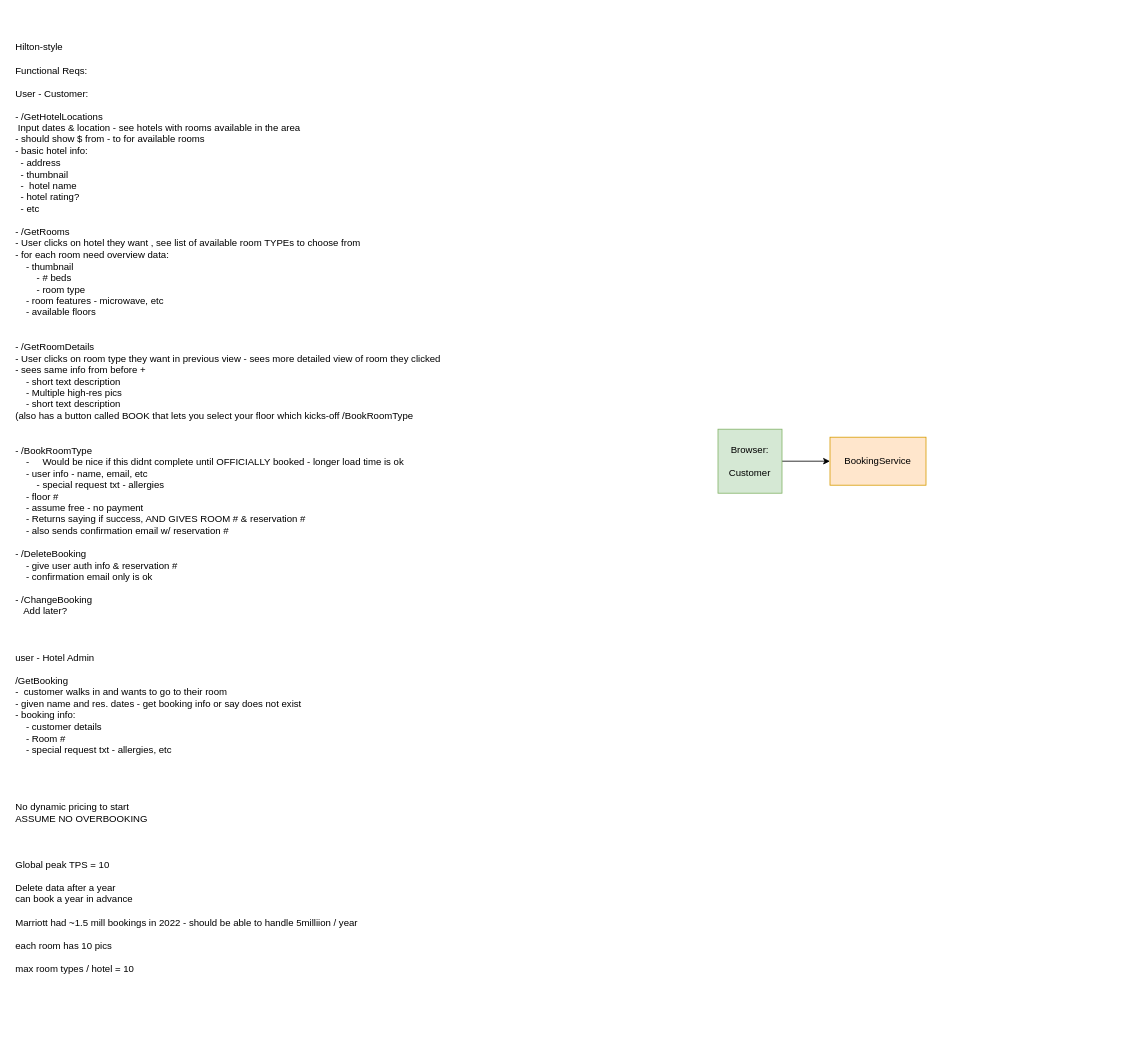
Earlier version of the draw.io diagram hotel_booking.drawio (Brandon-Valley/draw_io_diagrams). Source tidied: cells renumbered, new cells numbered last; positions are measured from the earlier drawing's top-left corner, leaving out a move shared by most shapes. Both pictures are drawn from the tidied source at 80%, with x=0, y=0 at pixel (14, 35).
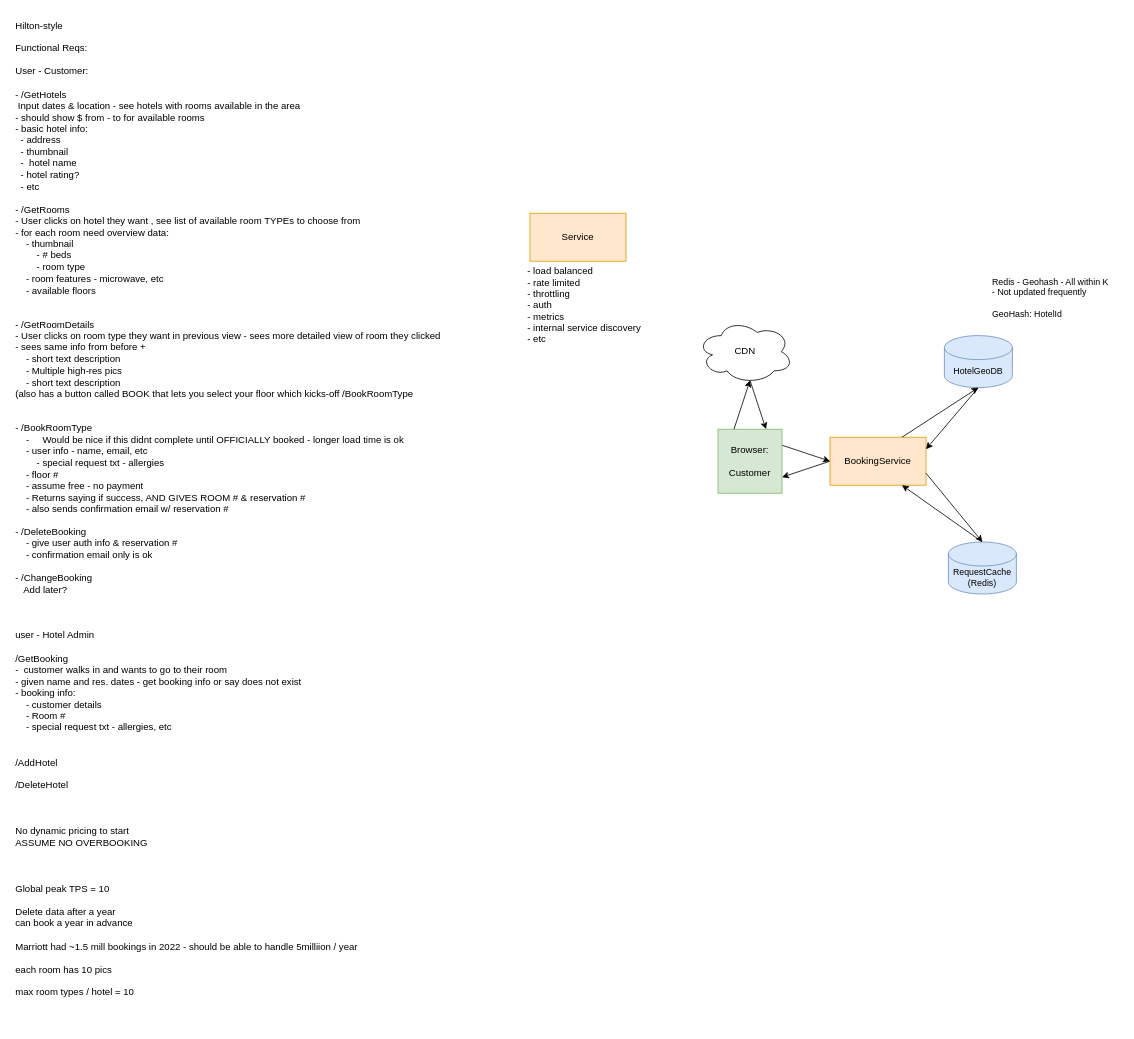
The same diagram, later.

The edit, as a diff of the source:
```diff
@@
 <mxGraphModel>
   <root>
     <mxCell id="0" />
     <mxCell id="1" parent="0" />
-    <mxCell id="2" value="&lt;div align=&quot;left&quot;&gt;Hilton-style&lt;br&gt;&lt;br&gt;Functional Reqs:&lt;/div&gt;&lt;div align=&quot;left&quot;&gt;&lt;br&gt;&lt;/div&gt;&lt;div align=&quot;left&quot;&gt;User - Customer:&lt;/div&gt;&lt;div align=&quot;left&quot;&gt;&lt;br&gt;&lt;/div&gt;&lt;div align=&quot;left&quot;&gt;- /GetHotelLocations&lt;br&gt;&lt;/div&gt;&lt;div align=&quot;left&quot;&gt;&amp;nbsp;Input dates &amp;amp; location - see hotels with rooms available in the area&lt;/div&gt;&lt;div align=&quot;left&quot;&gt;- should show $ from - to for available rooms&lt;/div&gt;&lt;div align=&quot;left&quot;&gt;- basic hotel info:&lt;/div&gt;&lt;div align=&quot;left&quot;&gt;&amp;nbsp; - address&lt;/div&gt;&lt;div align=&quot;left&quot;&gt;&amp;nbsp; - thumbnail&lt;/div&gt;&lt;div align=&quot;left&quot;&gt;&amp;nbsp; -&amp;nbsp; hotel name&lt;/div&gt;&lt;div align=&quot;left&quot;&gt;&amp;nbsp; - hotel rating?&lt;/div&gt;&lt;div align=&quot;left&quot;&gt;&amp;nbsp; - etc&lt;/div&gt;&lt;div align=&quot;left&quot;&gt;&lt;br&gt;&lt;/div&gt;&lt;div align=&quot;left&quot;&gt;- /GetRooms&lt;/div&gt;&lt;div align=&quot;left&quot;&gt;- User clicks on hotel they want , see list of available room TYPEs to choose from&lt;/div&gt;&lt;div align=&quot;left&quot;&gt;- for each room need overview data:&lt;/div&gt;&lt;div align=&quot;left&quot;&gt;&lt;span style=&quot;&quot;&gt;&lt;span style=&quot;&quot;&gt;&amp;nbsp;&amp;nbsp;&amp;nbsp;&amp;nbsp;&lt;/span&gt;&lt;/span&gt;- thumbnail&lt;/div&gt;&lt;div align=&quot;left&quot;&gt;&amp;nbsp;&amp;nbsp;&amp;nbsp;&amp;nbsp;&amp;nbsp;&amp;nbsp;&amp;nbsp; - # beds&lt;/div&gt;&lt;div align=&quot;left&quot;&gt;&amp;nbsp;&amp;nbsp;&amp;nbsp;&amp;nbsp;&amp;nbsp;&amp;nbsp;&amp;nbsp; - room type&lt;/div&gt;&lt;div align=&quot;left&quot;&gt;&lt;span style=&quot;&quot;&gt;&lt;span style=&quot;&quot;&gt;&amp;nbsp;&amp;nbsp;&amp;nbsp;&amp;nbsp;&lt;/span&gt;&lt;/span&gt;- room features - microwave, etc&lt;/div&gt;&lt;div align=&quot;left&quot;&gt;&lt;span style=&quot;&quot;&gt;&lt;span style=&quot;&quot;&gt;&amp;nbsp;&amp;nbsp;&amp;nbsp;&amp;nbsp;&lt;/span&gt;&lt;/span&gt;- available floors&lt;/div&gt;&lt;div align=&quot;left&quot;&gt;&lt;br&gt;&lt;/div&gt;&lt;div align=&quot;left&quot;&gt;&lt;br&gt;&lt;/div&gt;&lt;div align=&quot;left&quot;&gt;- /GetRoomDetails&lt;/div&gt;&lt;div align=&quot;left&quot;&gt;- User clicks on room type they want in previous view - sees more detailed view of room they clicked&lt;/div&gt;&lt;div align=&quot;left&quot;&gt;- sees same info from before + &lt;br&gt;&lt;div align=&quot;left&quot;&gt;&lt;span style=&quot;&quot;&gt;&amp;nbsp;&amp;nbsp;&amp;nbsp;&amp;nbsp;&lt;/span&gt;- short text description&lt;/div&gt;&lt;div align=&quot;left&quot;&gt;&lt;span style=&quot;&quot;&gt;&lt;span style=&quot;&quot;&gt;&amp;nbsp;&amp;nbsp;&amp;nbsp;&amp;nbsp;&lt;/span&gt;&lt;/span&gt;- Multiple high-res pics&lt;/div&gt;&lt;div align=&quot;left&quot;&gt;&lt;span style=&quot;&quot;&gt;&lt;span style=&quot;&quot;&gt;&amp;nbsp;&amp;nbsp;&amp;nbsp;&amp;nbsp;&lt;/span&gt;&lt;/span&gt;- short text description&lt;/div&gt;&lt;div align=&quot;left&quot;&gt;(also has a button called BOOK that lets you select your floor which kicks-off /BookRoomType&lt;/div&gt;&lt;div align=&quot;left&quot;&gt;&lt;br&gt;&lt;/div&gt;&lt;div align=&quot;left&quot;&gt;&lt;br&gt;&lt;/div&gt;&lt;div align=&quot;left&quot;&gt;- /BookRoomType&lt;/div&gt;&lt;div align=&quot;left&quot;&gt;&lt;span style=&quot;&quot;&gt;&lt;span style=&quot;&quot;&gt;&amp;nbsp;&amp;nbsp;&amp;nbsp;&amp;nbsp;&lt;/span&gt;&lt;/span&gt;- &lt;span style=&quot;&quot;&gt;&amp;nbsp;&amp;nbsp;&amp;nbsp;&lt;/span&gt; Would be nice if this didnt complete until OFFICIALLY booked - longer load time is ok&lt;/div&gt;&lt;div align=&quot;left&quot;&gt;&lt;span style=&quot;&quot;&gt;&lt;span style=&quot;&quot;&gt;&amp;nbsp;&amp;nbsp;&amp;nbsp;&amp;nbsp;&lt;/span&gt;&lt;/span&gt;- user info - name, email, etc&lt;/div&gt;&lt;div align=&quot;left&quot;&gt;&amp;nbsp;&amp;nbsp;&amp;nbsp;&amp;nbsp;&amp;nbsp;&amp;nbsp;&amp;nbsp; - special request txt - allergies&lt;/div&gt;&lt;div align=&quot;left&quot;&gt;&lt;span style=&quot;&quot;&gt;&lt;span style=&quot;&quot;&gt;&amp;nbsp;&amp;nbsp;&amp;nbsp;&amp;nbsp;&lt;/span&gt;&lt;/span&gt;- floor #&lt;/div&gt;&lt;div align=&quot;left&quot;&gt;&lt;span style=&quot;&quot;&gt;&lt;span style=&quot;&quot;&gt;&amp;nbsp;&amp;nbsp;&amp;nbsp;&amp;nbsp;&lt;/span&gt;&lt;/span&gt;- assume free - no payment&lt;/div&gt;&lt;div align=&quot;left&quot;&gt;&lt;span style=&quot;&quot;&gt;&lt;span style=&quot;&quot;&gt;&amp;nbsp;&amp;nbsp;&amp;nbsp;&amp;nbsp;&lt;/span&gt;&lt;/span&gt;- Returns saying if success, AND GIVES ROOM # &amp;amp; reservation #&lt;/div&gt;&lt;div align=&quot;left&quot;&gt;&lt;span style=&quot;&quot;&gt;&lt;span style=&quot;&quot;&gt;&amp;nbsp;&amp;nbsp;&amp;nbsp;&amp;nbsp;&lt;/span&gt;&lt;/span&gt;- also sends confirmation email w/ reservation #&lt;br&gt;&lt;/div&gt;&lt;div align=&quot;left&quot;&gt;&lt;br&gt;&lt;/div&gt;&lt;div align=&quot;left&quot;&gt;- /DeleteBooking&lt;/div&gt;&lt;div align=&quot;left&quot;&gt;&lt;span style=&quot;&quot;&gt;&lt;span style=&quot;&quot;&gt;&amp;nbsp;&amp;nbsp;&amp;nbsp;&amp;nbsp;&lt;/span&gt;&lt;/span&gt;- give user auth info &amp;amp; reservation #&lt;/div&gt;&lt;div align=&quot;left&quot;&gt;&lt;span style=&quot;&quot;&gt;&lt;span style=&quot;white-space: pre;&quot;&gt;&amp;nbsp;&amp;nbsp;&amp;nbsp;&amp;nbsp;&lt;/span&gt;&lt;/span&gt;- confirmation email only is ok&lt;/div&gt;&lt;div align=&quot;left&quot;&gt;&lt;br&gt;&lt;/div&gt;&lt;div align=&quot;left&quot;&gt;- /ChangeBooking&lt;/div&gt;&lt;div align=&quot;left&quot;&gt;&lt;span style=&quot;&quot;&gt;&lt;span style=&quot;white-space: pre;&quot;&gt;&amp;nbsp;&amp;nbsp;&amp;nbsp;Add later?&lt;/span&gt;&lt;/span&gt;&lt;div align=&quot;left&quot;&gt;&lt;br&gt;&lt;/div&gt;&lt;/div&gt;&lt;div align=&quot;left&quot;&gt;&lt;br&gt;&lt;/div&gt;&lt;div align=&quot;left&quot;&gt;&lt;br&gt;&lt;/div&gt;&lt;div align=&quot;left&quot;&gt;user - Hotel Admin&lt;br&gt;&lt;br&gt;/GetBooking&lt;/div&gt;&lt;div align=&quot;left&quot;&gt;-&amp;nbsp; customer walks in and wants to go to their room&lt;br&gt;&lt;/div&gt;&lt;div align=&quot;left&quot;&gt;- given name and res. dates - get booking info or say does not exist&lt;/div&gt;&lt;div align=&quot;left&quot;&gt;- booking info:&lt;/div&gt;&lt;div align=&quot;left&quot;&gt;&lt;span style=&quot;&quot;&gt;&lt;span style=&quot;&quot;&gt;&amp;nbsp;&amp;nbsp;&amp;nbsp;&amp;nbsp;&lt;/span&gt;&lt;/span&gt;- customer details&lt;/div&gt;&lt;div align=&quot;left&quot;&gt;&lt;span style=&quot;&quot;&gt;&lt;span style=&quot;&quot;&gt;&amp;nbsp;&amp;nbsp;&amp;nbsp;&amp;nbsp;&lt;/span&gt;&lt;/span&gt;- Room #&lt;/div&gt;&lt;div align=&quot;left&quot;&gt;&lt;span style=&quot;&quot;&gt;&lt;span style=&quot;&quot;&gt;&amp;nbsp;&amp;nbsp;&amp;nbsp;&amp;nbsp;&lt;/span&gt;&lt;/span&gt;- special request txt - allergies, etc&lt;br&gt;&lt;br&gt;&lt;/div&gt;&lt;div align=&quot;left&quot;&gt;&lt;br&gt;&lt;/div&gt;&lt;div align=&quot;left&quot;&gt;&lt;br&gt;&lt;/div&gt;&lt;div align=&quot;left&quot;&gt;&lt;br&gt;&lt;/div&gt;&lt;div align=&quot;left&quot;&gt;No dynamic pricing to start&lt;br&gt;&lt;/div&gt;&lt;div align=&quot;left&quot;&gt;ASSUME NO OVERBOOKING&lt;/div&gt;&lt;div align=&quot;left&quot;&gt;&lt;br&gt;&lt;/div&gt;&lt;div align=&quot;left&quot;&gt;&lt;br&gt;&lt;/div&gt;&lt;div align=&quot;left&quot;&gt;&lt;br&gt;&lt;/div&gt;&lt;div align=&quot;left&quot;&gt;Global peak TPS = 10&lt;/div&gt;&lt;div align=&quot;left&quot;&gt;&lt;br&gt;&lt;/div&gt;&lt;div align=&quot;left&quot;&gt;Delete data after a year&lt;/div&gt;&lt;div align=&quot;left&quot;&gt;can book a year in advance&lt;/div&gt;&lt;div align=&quot;left&quot;&gt;&lt;br&gt;&lt;/div&gt;&lt;div align=&quot;left&quot;&gt;Marriott had ~1.5 mill bookings in 2022 - should be able to handle 5milliion / year&lt;/div&gt;&lt;div align=&quot;left&quot;&gt;&lt;br&gt;&lt;/div&gt;&lt;div align=&quot;left&quot;&gt;each room has 10 pics&lt;/div&gt;&lt;div align=&quot;left&quot;&gt;&lt;br&gt;&lt;/div&gt;&lt;div align=&quot;left&quot;&gt;max room types / hotel = 10&lt;br&gt;&lt;/div&gt;&lt;div align=&quot;left&quot;&gt;&lt;br&gt;&lt;/div&gt;&lt;/div&gt;&lt;div align=&quot;left&quot;&gt;&lt;br&gt;&lt;/div&gt;" style="text;html=1;align=left;verticalAlign=middle;strokeColor=none;fillColor=none;" parent="1" vertex="1">
-      <mxGeometry width="560" height="1210" as="geometry" />
+    <mxCell id="2" value="&lt;div align=&quot;left&quot;&gt;Hilton-style&lt;br&gt;&lt;br&gt;Functional Reqs:&lt;/div&gt;&lt;div align=&quot;left&quot;&gt;&lt;br&gt;&lt;/div&gt;&lt;div align=&quot;left&quot;&gt;User - Customer:&lt;/div&gt;&lt;div align=&quot;left&quot;&gt;&lt;br&gt;&lt;/div&gt;&lt;div align=&quot;left&quot;&gt;- /GetHotels&lt;br&gt;&lt;/div&gt;&lt;div align=&quot;left&quot;&gt;&amp;nbsp;Input dates &amp;amp; location - see hotels with rooms available in the area&lt;/div&gt;&lt;div align=&quot;left&quot;&gt;- should show $ from - to for available rooms&lt;/div&gt;&lt;div align=&quot;left&quot;&gt;- basic hotel info:&lt;/div&gt;&lt;div align=&quot;left&quot;&gt;&amp;nbsp; - address&lt;/div&gt;&lt;div align=&quot;left&quot;&gt;&amp;nbsp; - thumbnail&lt;/div&gt;&lt;div align=&quot;left&quot;&gt;&amp;nbsp; -&amp;nbsp; hotel name&lt;/div&gt;&lt;div align=&quot;left&quot;&gt;&amp;nbsp; - hotel rating?&lt;/div&gt;&lt;div align=&quot;left&quot;&gt;&amp;nbsp; - etc&lt;/div&gt;&lt;div align=&quot;left&quot;&gt;&lt;br&gt;&lt;/div&gt;&lt;div align=&quot;left&quot;&gt;- /GetRooms&lt;/div&gt;&lt;div align=&quot;left&quot;&gt;- User clicks on hotel they want , see list of available room TYPEs to choose from&lt;/div&gt;&lt;div align=&quot;left&quot;&gt;- for each room need overview data:&lt;/div&gt;&lt;div align=&quot;left&quot;&gt;&lt;span style=&quot;&quot;&gt;&lt;span style=&quot;&quot;&gt;&amp;nbsp;&amp;nbsp;&amp;nbsp;&amp;nbsp;&lt;/span&gt;&lt;/span&gt;- thumbnail&lt;/div&gt;&lt;div align=&quot;left&quot;&gt;&amp;nbsp;&amp;nbsp;&amp;nbsp;&amp;nbsp;&amp;nbsp;&amp;nbsp;&amp;nbsp; - # beds&lt;/div&gt;&lt;div align=&quot;left&quot;&gt;&amp;nbsp;&amp;nbsp;&amp;nbsp;&amp;nbsp;&amp;nbsp;&amp;nbsp;&amp;nbsp; - room type&lt;/div&gt;&lt;div align=&quot;left&quot;&gt;&lt;span style=&quot;&quot;&gt;&lt;span style=&quot;&quot;&gt;&amp;nbsp;&amp;nbsp;&amp;nbsp;&amp;nbsp;&lt;/span&gt;&lt;/span&gt;- room features - microwave, etc&lt;/div&gt;&lt;div align=&quot;left&quot;&gt;&lt;span style=&quot;&quot;&gt;&lt;span style=&quot;&quot;&gt;&amp;nbsp;&amp;nbsp;&amp;nbsp;&amp;nbsp;&lt;/span&gt;&lt;/span&gt;- available floors&lt;/div&gt;&lt;div align=&quot;left&quot;&gt;&lt;br&gt;&lt;/div&gt;&lt;div align=&quot;left&quot;&gt;&lt;br&gt;&lt;/div&gt;&lt;div align=&quot;left&quot;&gt;- /GetRoomDetails&lt;/div&gt;&lt;div align=&quot;left&quot;&gt;- User clicks on room type they want in previous view - sees more detailed view of room they clicked&lt;/div&gt;&lt;div align=&quot;left&quot;&gt;- sees same info from before + &lt;br&gt;&lt;div align=&quot;left&quot;&gt;&lt;span style=&quot;&quot;&gt;&amp;nbsp;&amp;nbsp;&amp;nbsp;&amp;nbsp;&lt;/span&gt;- short text description&lt;/div&gt;&lt;div align=&quot;left&quot;&gt;&lt;span style=&quot;&quot;&gt;&lt;span style=&quot;&quot;&gt;&amp;nbsp;&amp;nbsp;&amp;nbsp;&amp;nbsp;&lt;/span&gt;&lt;/span&gt;- Multiple high-res pics&lt;/div&gt;&lt;div align=&quot;left&quot;&gt;&lt;span style=&quot;&quot;&gt;&lt;span style=&quot;&quot;&gt;&amp;nbsp;&amp;nbsp;&amp;nbsp;&amp;nbsp;&lt;/span&gt;&lt;/span&gt;- short text description&lt;/div&gt;&lt;div align=&quot;left&quot;&gt;(also has a button called BOOK that lets you select your floor which kicks-off /BookRoomType&lt;/div&gt;&lt;div align=&quot;left&quot;&gt;&lt;br&gt;&lt;/div&gt;&lt;div align=&quot;left&quot;&gt;&lt;br&gt;&lt;/div&gt;&lt;div align=&quot;left&quot;&gt;- /BookRoomType&lt;/div&gt;&lt;div align=&quot;left&quot;&gt;&lt;span style=&quot;&quot;&gt;&lt;span style=&quot;&quot;&gt;&amp;nbsp;&amp;nbsp;&amp;nbsp;&amp;nbsp;&lt;/span&gt;&lt;/span&gt;- &lt;span style=&quot;&quot;&gt;&amp;nbsp;&amp;nbsp;&amp;nbsp;&lt;/span&gt; Would be nice if this didnt complete until OFFICIALLY booked - longer load time is ok&lt;/div&gt;&lt;div align=&quot;left&quot;&gt;&lt;span style=&quot;&quot;&gt;&lt;span style=&quot;&quot;&gt;&amp;nbsp;&amp;nbsp;&amp;nbsp;&amp;nbsp;&lt;/span&gt;&lt;/span&gt;- user info - name, email, etc&lt;/div&gt;&lt;div align=&quot;left&quot;&gt;&amp;nbsp;&amp;nbsp;&amp;nbsp;&amp;nbsp;&amp;nbsp;&amp;nbsp;&amp;nbsp; - special request txt - allergies&lt;/div&gt;&lt;div align=&quot;left&quot;&gt;&lt;span style=&quot;&quot;&gt;&lt;span style=&quot;&quot;&gt;&amp;nbsp;&amp;nbsp;&amp;nbsp;&amp;nbsp;&lt;/span&gt;&lt;/span&gt;- floor #&lt;/div&gt;&lt;div align=&quot;left&quot;&gt;&lt;span style=&quot;&quot;&gt;&lt;span style=&quot;&quot;&gt;&amp;nbsp;&amp;nbsp;&amp;nbsp;&amp;nbsp;&lt;/span&gt;&lt;/span&gt;- assume free - no payment&lt;/div&gt;&lt;div align=&quot;left&quot;&gt;&lt;span style=&quot;&quot;&gt;&lt;span style=&quot;&quot;&gt;&amp;nbsp;&amp;nbsp;&amp;nbsp;&amp;nbsp;&lt;/span&gt;&lt;/span&gt;- Returns saying if success, AND GIVES ROOM # &amp;amp; reservation #&lt;/div&gt;&lt;div align=&quot;left&quot;&gt;&lt;span style=&quot;&quot;&gt;&lt;span style=&quot;&quot;&gt;&amp;nbsp;&amp;nbsp;&amp;nbsp;&amp;nbsp;&lt;/span&gt;&lt;/span&gt;- also sends confirmation email w/ reservation #&lt;br&gt;&lt;/div&gt;&lt;div align=&quot;left&quot;&gt;&lt;br&gt;&lt;/div&gt;&lt;div align=&quot;left&quot;&gt;- /DeleteBooking&lt;/div&gt;&lt;div align=&quot;left&quot;&gt;&lt;span style=&quot;&quot;&gt;&lt;span style=&quot;&quot;&gt;&amp;nbsp;&amp;nbsp;&amp;nbsp;&amp;nbsp;&lt;/span&gt;&lt;/span&gt;- give user auth info &amp;amp; reservation #&lt;/div&gt;&lt;div align=&quot;left&quot;&gt;&lt;span style=&quot;&quot;&gt;&lt;span style=&quot;white-space: pre;&quot;&gt;&amp;nbsp;&amp;nbsp;&amp;nbsp;&amp;nbsp;&lt;/span&gt;&lt;/span&gt;- confirmation email only is ok&lt;/div&gt;&lt;div align=&quot;left&quot;&gt;&lt;br&gt;&lt;/div&gt;&lt;div align=&quot;left&quot;&gt;- /ChangeBooking&lt;/div&gt;&lt;div align=&quot;left&quot;&gt;&lt;span style=&quot;&quot;&gt;&lt;span style=&quot;white-space: pre;&quot;&gt;&amp;nbsp;&amp;nbsp;&amp;nbsp;Add later?&lt;/span&gt;&lt;/span&gt;&lt;div align=&quot;left&quot;&gt;&lt;br&gt;&lt;/div&gt;&lt;/div&gt;&lt;div align=&quot;left&quot;&gt;&lt;br&gt;&lt;/div&gt;&lt;div align=&quot;left&quot;&gt;&lt;br&gt;&lt;/div&gt;&lt;div align=&quot;left&quot;&gt;user - Hotel Admin&lt;br&gt;&lt;br&gt;/GetBooking&lt;/div&gt;&lt;div align=&quot;left&quot;&gt;-&amp;nbsp; customer walks in and wants to go to their room&lt;br&gt;&lt;/div&gt;&lt;div align=&quot;left&quot;&gt;- given name and res. dates - get booking info or say does not exist&lt;/div&gt;&lt;div align=&quot;left&quot;&gt;- booking info:&lt;/div&gt;&lt;div align=&quot;left&quot;&gt;&lt;span style=&quot;&quot;&gt;&lt;span style=&quot;&quot;&gt;&amp;nbsp;&amp;nbsp;&amp;nbsp;&amp;nbsp;&lt;/span&gt;&lt;/span&gt;- customer details&lt;/div&gt;&lt;div align=&quot;left&quot;&gt;&lt;span style=&quot;&quot;&gt;&lt;span style=&quot;&quot;&gt;&amp;nbsp;&amp;nbsp;&amp;nbsp;&amp;nbsp;&lt;/span&gt;&lt;/span&gt;- Room #&lt;/div&gt;&lt;div align=&quot;left&quot;&gt;&lt;span style=&quot;&quot;&gt;&lt;span style=&quot;&quot;&gt;&amp;nbsp;&amp;nbsp;&amp;nbsp;&amp;nbsp;&lt;/span&gt;&lt;/span&gt;- special request txt - allergies, etc&lt;/div&gt;&lt;div align=&quot;left&quot;&gt;&lt;br&gt;&lt;/div&gt;&lt;div align=&quot;left&quot;&gt;&lt;br&gt;&lt;/div&gt;&lt;div align=&quot;left&quot;&gt;/AddHotel&lt;/div&gt;&lt;div align=&quot;left&quot;&gt;&lt;br&gt;&lt;/div&gt;&lt;div align=&quot;left&quot;&gt;/DeleteHotel&lt;br&gt;&lt;/div&gt;&lt;div align=&quot;left&quot;&gt;&lt;br&gt;&lt;/div&gt;&lt;div align=&quot;left&quot;&gt;&lt;br&gt;&lt;/div&gt;&lt;div align=&quot;left&quot;&gt;&lt;br&gt;&lt;/div&gt;&lt;div align=&quot;left&quot;&gt;No dynamic pricing to start&lt;br&gt;&lt;/div&gt;&lt;div align=&quot;left&quot;&gt;ASSUME NO OVERBOOKING&lt;/div&gt;&lt;div align=&quot;left&quot;&gt;&lt;br&gt;&lt;/div&gt;&lt;div align=&quot;left&quot;&gt;&lt;br&gt;&lt;/div&gt;&lt;div align=&quot;left&quot;&gt;&lt;br&gt;&lt;/div&gt;&lt;div align=&quot;left&quot;&gt;Global peak TPS = 10&lt;/div&gt;&lt;div align=&quot;left&quot;&gt;&lt;br&gt;&lt;/div&gt;&lt;div align=&quot;left&quot;&gt;Delete data after a year&lt;/div&gt;&lt;div align=&quot;left&quot;&gt;can book a year in advance&lt;/div&gt;&lt;div align=&quot;left&quot;&gt;&lt;br&gt;&lt;/div&gt;&lt;div align=&quot;left&quot;&gt;Marriott had ~1.5 mill bookings in 2022 - should be able to handle 5milliion / year&lt;/div&gt;&lt;div align=&quot;left&quot;&gt;&lt;br&gt;&lt;/div&gt;&lt;div align=&quot;left&quot;&gt;each room has 10 pics&lt;/div&gt;&lt;div align=&quot;left&quot;&gt;&lt;br&gt;&lt;/div&gt;&lt;div align=&quot;left&quot;&gt;max room types / hotel = 10&lt;br&gt;&lt;/div&gt;&lt;div align=&quot;left&quot;&gt;&lt;br&gt;&lt;/div&gt;&lt;/div&gt;&lt;div align=&quot;left&quot;&gt;&lt;br&gt;&lt;/div&gt;" style="text;html=1;align=left;verticalAlign=middle;strokeColor=none;fillColor=none;" parent="1" vertex="1">
+      <mxGeometry y="-27" width="559" height="1265" as="geometry" />
     </mxCell>
-    <mxCell id="3" style="edgeStyle=orthogonalEdgeStyle;rounded=0;jettySize=auto;html=1;" parent="1" edge="1" source="4" target="5">
+    <mxCell id="3" style="edgeStyle=none;shape=connector;rounded=0;jettySize=auto;html=1;exitX=1;exitY=0.25;exitDx=0;exitDy=0;entryX=0;entryY=0.5;entryDx=0;entryDy=0;labelBackgroundColor=default;strokeColor=default;align=center;verticalAlign=middle;fontFamily=Helvetica;fontSize=11;fontColor=default;endArrow=classic;" parent="1" edge="1" source="4" target="5">
       <mxGeometry relative="1" as="geometry" />
     </mxCell>
     <mxCell id="4" value="Browser:&lt;br&gt;&lt;br&gt;Customer" style="whiteSpace=wrap;html=1;fillColor=#d5e8d4;strokeColor=#82b366;" parent="1" vertex="1">
       <mxGeometry x="880" y="492" width="80" height="80" as="geometry" />
     </mxCell>
+    <mxCell id="6" style="edgeStyle=none;shape=connector;rounded=0;jettySize=auto;html=1;exitX=0;exitY=0.5;exitDx=0;exitDy=0;entryX=1;entryY=0.75;entryDx=0;entryDy=0;labelBackgroundColor=default;strokeColor=default;align=center;verticalAlign=middle;fontFamily=Helvetica;fontSize=11;fontColor=default;endArrow=classic;" parent="1" edge="1" source="5" target="4">
+      <mxGeometry relative="1" as="geometry" />
+    </mxCell>
     <mxCell id="5" value="BookingService" style="whiteSpace=wrap;html=1;fillColor=#ffe6cc;strokeColor=#d79b00;" parent="1" vertex="1">
       <mxGeometry x="1020" y="502" width="120" height="60" as="geometry" />
     </mxCell>
+    <mxCell id="7" value="Service" style="whiteSpace=wrap;html=1;fillColor=#ffe6cc;strokeColor=#d79b00;" parent="1" vertex="1">
+      <mxGeometry x="645" y="222" width="120" height="60" as="geometry" />
+    </mxCell>
+    <mxCell id="8" value="&lt;div align=&quot;left&quot;&gt;- load balanced&lt;/div&gt;&lt;div align=&quot;left&quot;&gt;- rate limited&lt;/div&gt;&lt;div align=&quot;left&quot;&gt;- throttling&lt;/div&gt;&lt;div align=&quot;left&quot;&gt;- auth&lt;/div&gt;&lt;div align=&quot;left&quot;&gt;- metrics&lt;/div&gt;&lt;div align=&quot;left&quot;&gt;- internal service discovery&lt;/div&gt;&lt;div align=&quot;left&quot;&gt;- etc&lt;br&gt;&lt;/div&gt;" style="text;html=1;align=left;verticalAlign=middle;strokeColor=none;fillColor=none;" parent="1" vertex="1">
+      <mxGeometry x="640" y="282" width="170" height="110" as="geometry" />
+    </mxCell>
+    <mxCell id="9" style="rounded=0;jettySize=auto;html=1;exitX=0.55;exitY=0.95;exitDx=0;exitDy=0;exitPerimeter=0;entryX=0.75;entryY=0;entryDx=0;entryDy=0;" parent="1" edge="1" source="10" target="4">
+      <mxGeometry relative="1" as="geometry" />
+    </mxCell>
+    <mxCell id="10" value="CDN" style="ellipse;shape=cloud;whiteSpace=wrap;html=1;" parent="1" vertex="1">
+      <mxGeometry x="854" y="355" width="120" height="80" as="geometry" />
+    </mxCell>
+    <mxCell id="11" style="rounded=0;jettySize=auto;html=1;exitX=0.25;exitY=0;exitDx=0;exitDy=0;entryX=0.55;entryY=0.95;entryDx=0;entryDy=0;entryPerimeter=0;" parent="1" edge="1" source="4" target="10">
+      <mxGeometry relative="1" as="geometry" />
+    </mxCell>
+    <mxCell id="12" style="edgeStyle=none;shape=connector;rounded=0;jettySize=auto;html=1;exitX=0.5;exitY=1;exitDx=0;exitDy=0;exitPerimeter=0;entryX=1;entryY=0.25;entryDx=0;entryDy=0;labelBackgroundColor=default;strokeColor=default;align=center;verticalAlign=middle;fontFamily=Helvetica;fontSize=11;fontColor=default;endArrow=classic;" parent="1" edge="1" source="13" target="5">
+      <mxGeometry relative="1" as="geometry" />
+    </mxCell>
+    <mxCell id="13" value="HotelGeoDB" style="shape=cylinder3;whiteSpace=wrap;html=1;boundedLbl=1;backgroundOutline=1;size=15;fontFamily=Helvetica;fontSize=11;fillColor=#dae8fc;strokeColor=#6c8ebf;" parent="1" vertex="1">
+      <mxGeometry x="1163" y="375" width="85" height="65" as="geometry" />
+    </mxCell>
+    <mxCell id="14" value="&lt;div align=&quot;left&quot;&gt;Redis - Geohash - All within K&lt;/div&gt;&lt;div align=&quot;left&quot;&gt;- Not updated frequently&lt;br&gt;&lt;br&gt;GeoHash: HotelId&lt;/div&gt;" style="text;html=1;align=left;verticalAlign=middle;strokeColor=none;fillColor=none;fontSize=11;fontFamily=Helvetica;fontColor=default;" parent="1" vertex="1">
+      <mxGeometry x="1220.5" y="295" width="163" height="65" as="geometry" />
+    </mxCell>
+    <mxCell id="15" style="edgeStyle=none;shape=connector;rounded=0;jettySize=auto;html=1;exitX=0.75;exitY=0;exitDx=0;exitDy=0;entryX=0.5;entryY=1;entryDx=0;entryDy=0;entryPerimeter=0;labelBackgroundColor=default;strokeColor=default;align=center;verticalAlign=middle;fontFamily=Helvetica;fontSize=11;fontColor=default;endArrow=classic;" parent="1" edge="1" source="5" target="13">
+      <mxGeometry relative="1" as="geometry" />
+    </mxCell>
+    <mxCell id="16" style="edgeStyle=none;shape=connector;rounded=0;jettySize=auto;html=1;exitX=0.5;exitY=0;exitDx=0;exitDy=0;exitPerimeter=0;entryX=0.75;entryY=1;entryDx=0;entryDy=0;labelBackgroundColor=default;strokeColor=default;align=center;verticalAlign=middle;fontFamily=Helvetica;fontSize=11;fontColor=default;endArrow=classic;" parent="1" edge="1" source="17" target="5">
+      <mxGeometry relative="1" as="geometry" />
+    </mxCell>
+    <mxCell id="17" value="&lt;div&gt;RequestCache&lt;/div&gt;&lt;div&gt;(Redis)&lt;br&gt;&lt;/div&gt;" style="shape=cylinder3;whiteSpace=wrap;html=1;boundedLbl=1;backgroundOutline=1;size=15;fontFamily=Helvetica;fontSize=11;fillColor=#dae8fc;strokeColor=#6c8ebf;" parent="1" vertex="1">
+      <mxGeometry x="1168" y="633" width="85" height="65" as="geometry" />
+    </mxCell>
+    <mxCell id="18" style="edgeStyle=none;shape=connector;rounded=0;jettySize=auto;html=1;exitX=1;exitY=0.75;exitDx=0;exitDy=0;entryX=0.5;entryY=0;entryDx=0;entryDy=0;entryPerimeter=0;labelBackgroundColor=default;strokeColor=default;align=center;verticalAlign=middle;fontFamily=Helvetica;fontSize=11;fontColor=default;endArrow=classic;" parent="1" edge="1" source="5" target="17">
+      <mxGeometry relative="1" as="geometry" />
+    </mxCell>
   </root>
 </mxGraphModel>
```
